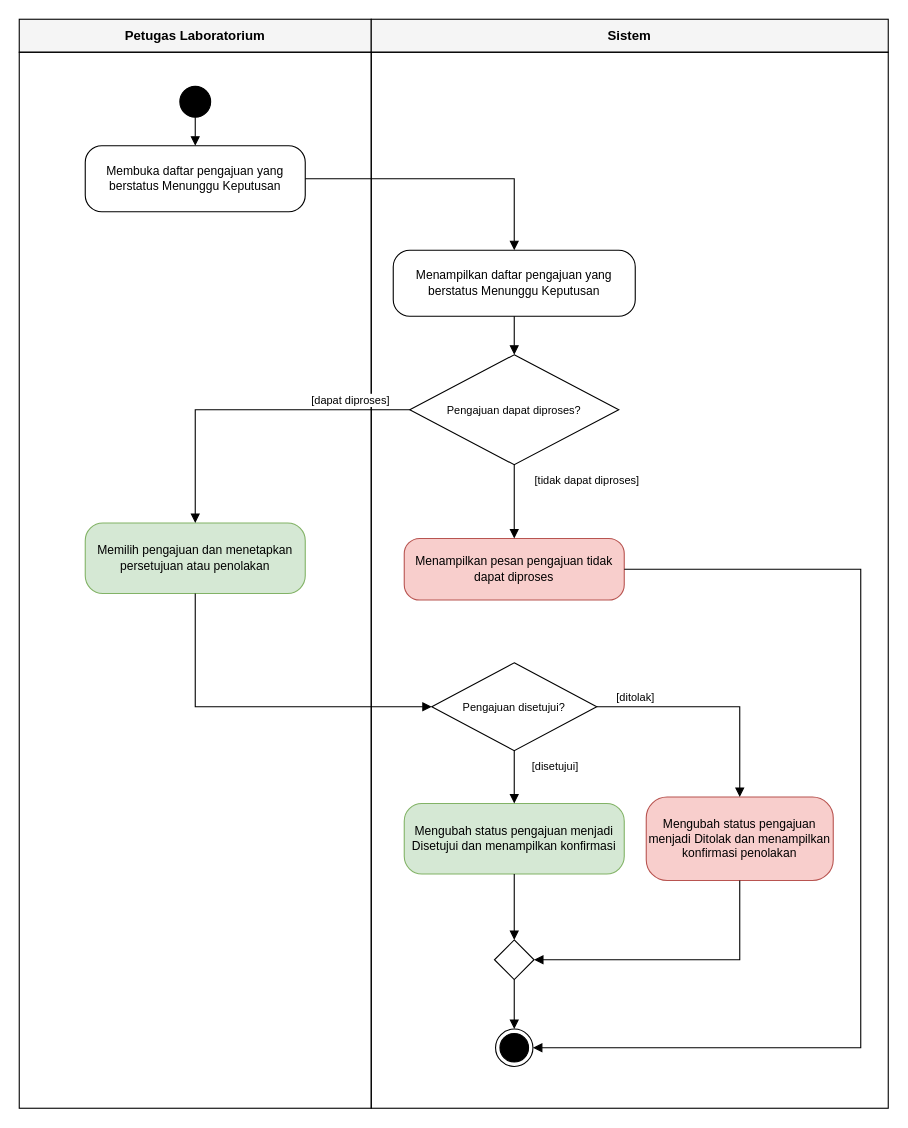
The draw.io diagram 04_model_analisis/P06/LAB/P06_2406002_LAB_activity_keputusan_v01.drawio in MuhammadYusufFaturahman-55/IFRWP5149_2406002_LabAlat, before the edit. Source tidied: cells renumbered, new cells numbered last; positions are measured from the earlier drawing's top-left corner, leaving out a move shared by most shapes. Both pictures are drawn from the tidied source at 110%, with x=0, y=0 at pixel (19, 19).
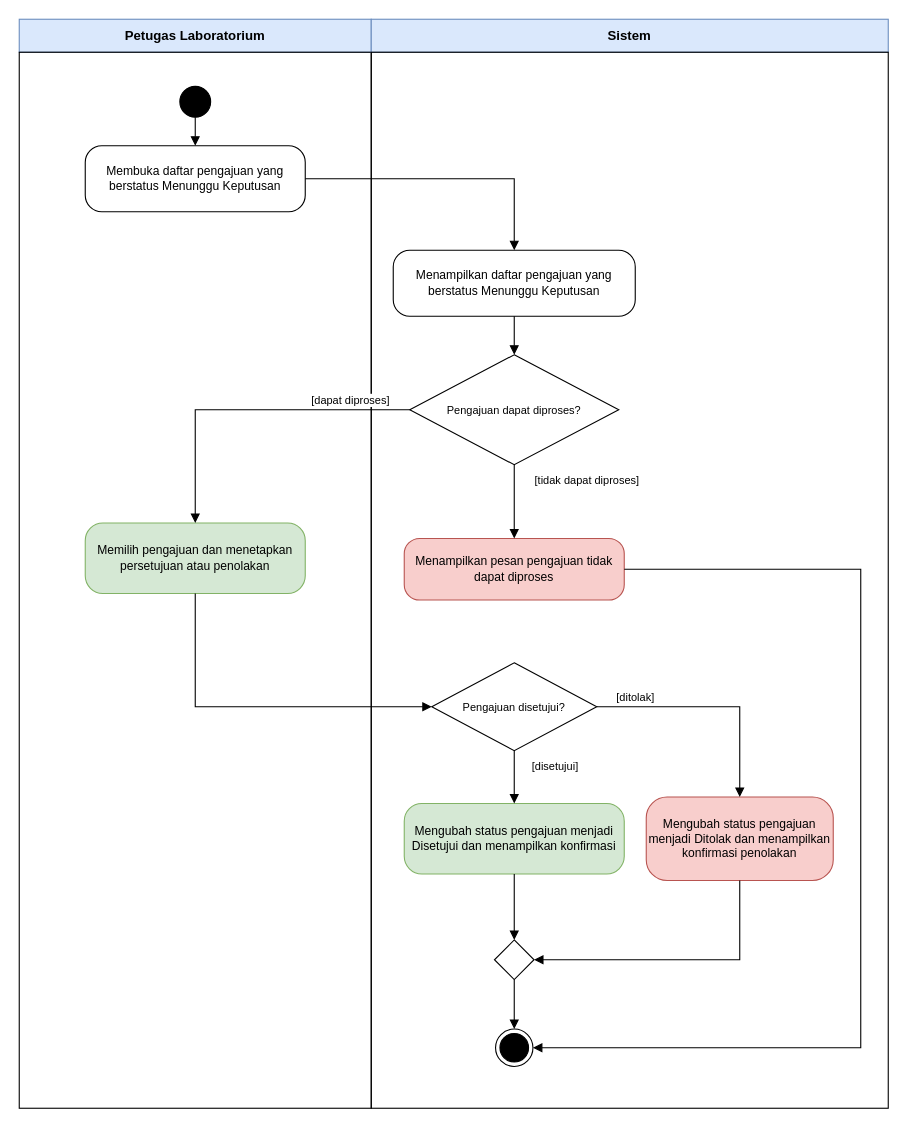
The same diagram, later.

What changed in the source:
```diff
@@
-    <mxCell id="2" value="Petugas Laboratorium" style="rounded=0;whiteSpace=wrap;html=1;fillColor=#f5f5f5;strokeColor=#000000;fontStyle=1;fontSize=12;" parent="1" vertex="1">
+    <mxCell id="2" value="Petugas Laboratorium" style="rounded=0;whiteSpace=wrap;html=1;fillColor=#dae8fc;strokeColor=#6c8ebf;fontStyle=1;fontSize=12;" parent="1" vertex="1">
       <mxGeometry width="320" height="30" as="geometry" />
     </mxCell>
@@
-    <mxCell id="4" value="Sistem" style="rounded=0;whiteSpace=wrap;html=1;fillColor=#f5f5f5;strokeColor=#000000;fontStyle=1;fontSize=12;" parent="1" vertex="1">
+    <mxCell id="4" value="Sistem" style="rounded=0;whiteSpace=wrap;html=1;fillColor=#dae8fc;strokeColor=#6c8ebf;fontStyle=1;fontSize=12;" parent="1" vertex="1">
       <mxGeometry x="320" width="470" height="30" as="geometry" />
     </mxCell>
```
